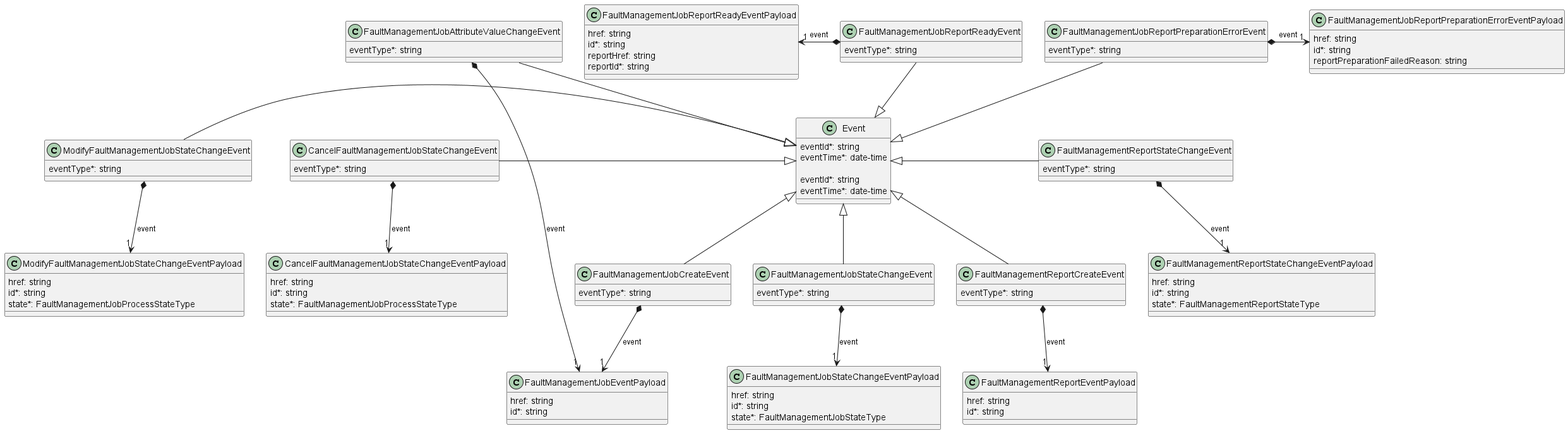
Before: documentation/serviceApi/fm/media/faultManagementNotificationModel.png, a diagram exported from PlantUML (MEF-GIT/MEF-LSO-Legato-SDK).
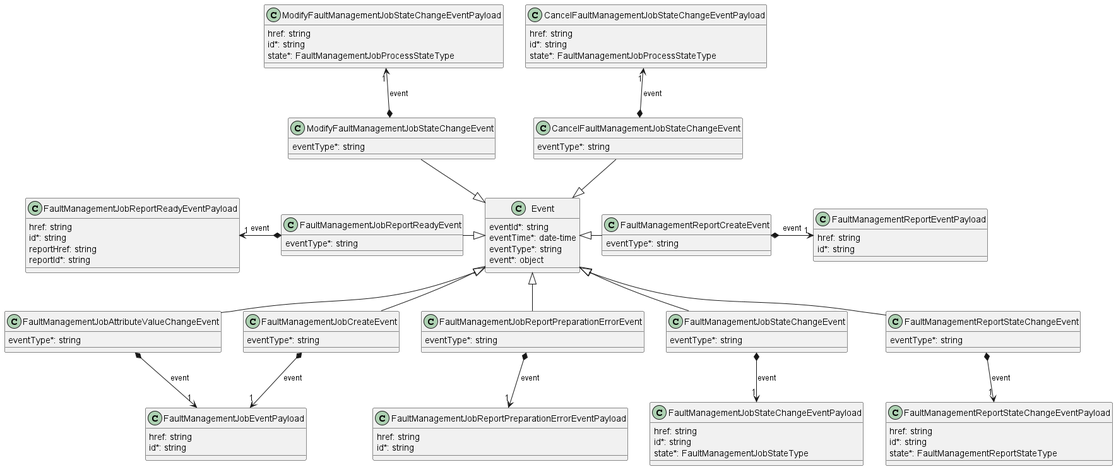
Above is the later version.

The edit, as a diff of the source:
```diff
@@ -1,159 +1,119 @@
 @startuml faultManagementNotificationModel
 
-class Event {
-    eventId*: string
-    eventTime*: date-time
-}
-
 class CancelFaultManagementJobStateChangeEvent {
-
     eventType*: string
 }
-Event <|-l- CancelFaultManagementJobStateChangeEvent
+Event <|-u- CancelFaultManagementJobStateChangeEvent
 
-CancelFaultManagementJobStateChangeEvent *-->"1" CancelFaultManagementJobStateChangeEventPayload : event
-
+CancelFaultManagementJobStateChangeEvent *-u->"1" CancelFaultManagementJobStateChangeEventPayload : event
 
 class CancelFaultManagementJobStateChangeEventPayload {
-
     href: string
     id*: string
     state*: FaultManagementJobProcessStateType
 }
 
 class Event {
-
     eventId*: string
     eventTime*: date-time
+    eventType*: string
+    event*: object
 }
 
+class ModifyFaultManagementJobStateChangeEvent {
+    eventType*: string
+}
+Event <|-u- ModifyFaultManagementJobStateChangeEvent
 
+ModifyFaultManagementJobStateChangeEvent *-u->"1" ModifyFaultManagementJobStateChangeEventPayload : event
+
+class ModifyFaultManagementJobStateChangeEventPayload {
+    href: string
+    id*: string
+    state*: FaultManagementJobProcessStateType
+}
 
 class FaultManagementJobAttributeValueChangeEvent {
-
     eventType*: string
 }
-Event <|-u- FaultManagementJobAttributeValueChangeEvent
+Event <|-- FaultManagementJobAttributeValueChangeEvent
 
 FaultManagementJobAttributeValueChangeEvent *-->"1" FaultManagementJobEventPayload : event
 
-
 class FaultManagementJobCreateEvent {
-
     eventType*: string
 }
 Event <|-- FaultManagementJobCreateEvent
 
 FaultManagementJobCreateEvent *-->"1" FaultManagementJobEventPayload : event
 
-
 class FaultManagementJobEventPayload {
-
     href: string
     id*: string
 }
 
 class FaultManagementJobReportPreparationErrorEvent {
-
     eventType*: string
 }
-Event <|-u- FaultManagementJobReportPreparationErrorEvent
+Event <|-- FaultManagementJobReportPreparationErrorEvent
 
-FaultManagementJobReportPreparationErrorEvent *-r->"1" FaultManagementJobReportPreparationErrorEventPayload : event
-
+FaultManagementJobReportPreparationErrorEvent *-->"1" FaultManagementJobReportPreparationErrorEventPayload : event
 
 class FaultManagementJobReportPreparationErrorEventPayload {
-
     href: string
     id*: string
-    reportPreparationFailedReason: string
 }
 
-
-
 class FaultManagementJobReportReadyEvent {
-
     eventType*: string
 }
-Event <|-u- FaultManagementJobReportReadyEvent
+Event <|-l- FaultManagementJobReportReadyEvent
 
 FaultManagementJobReportReadyEvent *-l->"1" FaultManagementJobReportReadyEventPayload : event
 
-
 class FaultManagementJobReportReadyEventPayload {
-
     href: string
     id*: string
     reportHref: string
     reportId*: string
 }
 
-
-
 class FaultManagementJobStateChangeEvent {
-
     eventType*: string
 }
 Event <|-- FaultManagementJobStateChangeEvent
 
 FaultManagementJobStateChangeEvent *-->"1" FaultManagementJobStateChangeEventPayload : event
 
-
 class FaultManagementJobStateChangeEventPayload {
-
     href: string
     id*: string
     state*: FaultManagementJobStateType
 }
 
 class FaultManagementReportCreateEvent {
-
     eventType*: string
 }
-Event <|-- FaultManagementReportCreateEvent
+Event <|-r- FaultManagementReportCreateEvent
 
-FaultManagementReportCreateEvent *-->"1" FaultManagementReportEventPayload : event
-
+FaultManagementReportCreateEvent *-r->"1" FaultManagementReportEventPayload : event
 
 class FaultManagementReportEventPayload {
-
     href: string
     id*: string
 }
 
-
-
 class FaultManagementReportStateChangeEvent {
-
     eventType*: string
 }
-Event <|-r- FaultManagementReportStateChangeEvent
+Event <|-- FaultManagementReportStateChangeEvent
 
 FaultManagementReportStateChangeEvent *-->"1" FaultManagementReportStateChangeEventPayload : event
 
-
 class FaultManagementReportStateChangeEventPayload {
-
     href: string
     id*: string
     state*: FaultManagementReportStateType
 }
 
-class ModifyFaultManagementJobStateChangeEvent {
-
-    eventType*: string
-}
-Event <|-l- ModifyFaultManagementJobStateChangeEvent
-
-ModifyFaultManagementJobStateChangeEvent *-->"1" ModifyFaultManagementJobStateChangeEventPayload : event
-
-
-class ModifyFaultManagementJobStateChangeEventPayload {
-
-    href: string
-    id*: string
-    state*: FaultManagementJobProcessStateType
-}
-
-
 @enduml
```
